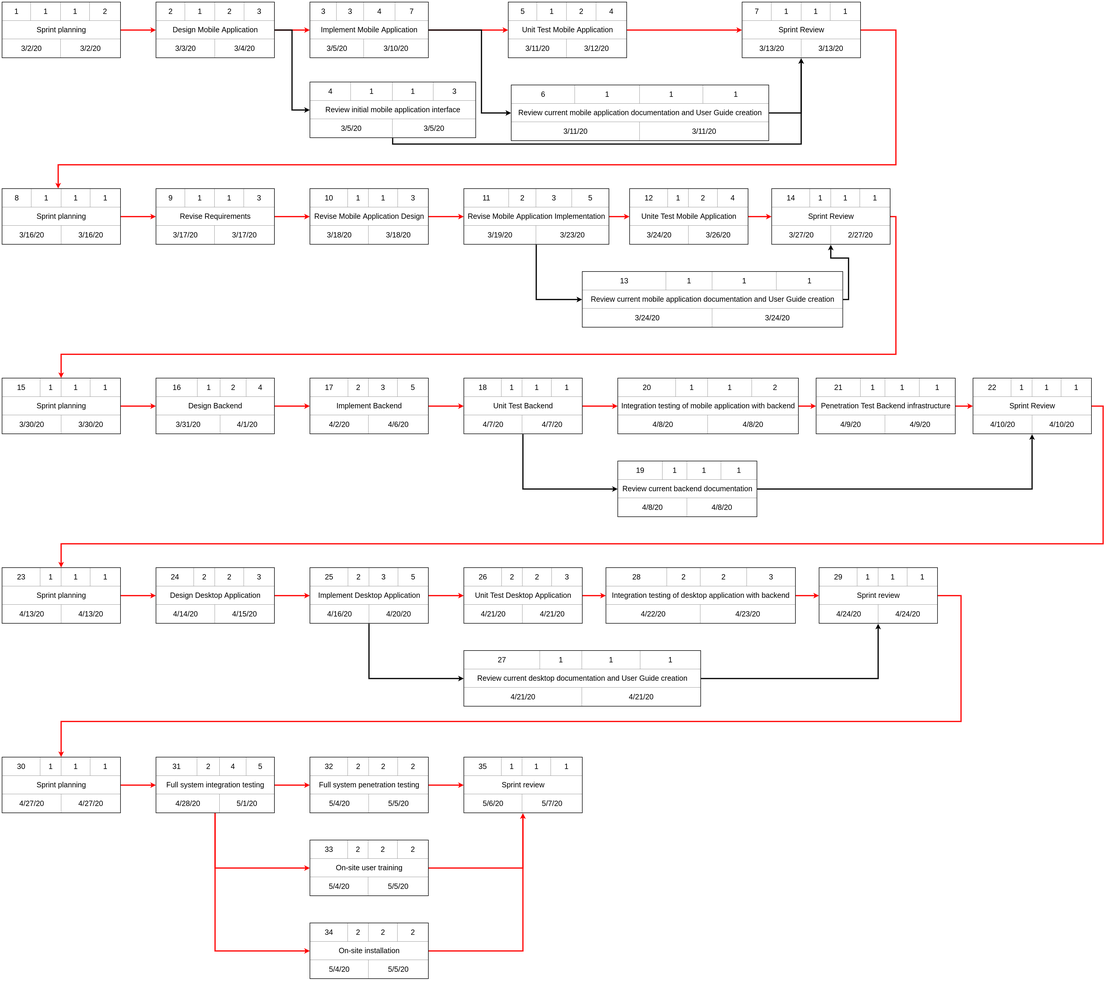
Earlier version of the draw.io export images/Project-plan-Pert-chart.png (Elite-Build-Team/move-around). Source tidied: cells renumbered, new cells last; positions are measured from the earlier drawing's top-left corner, leaving out a move shared by most shapes.
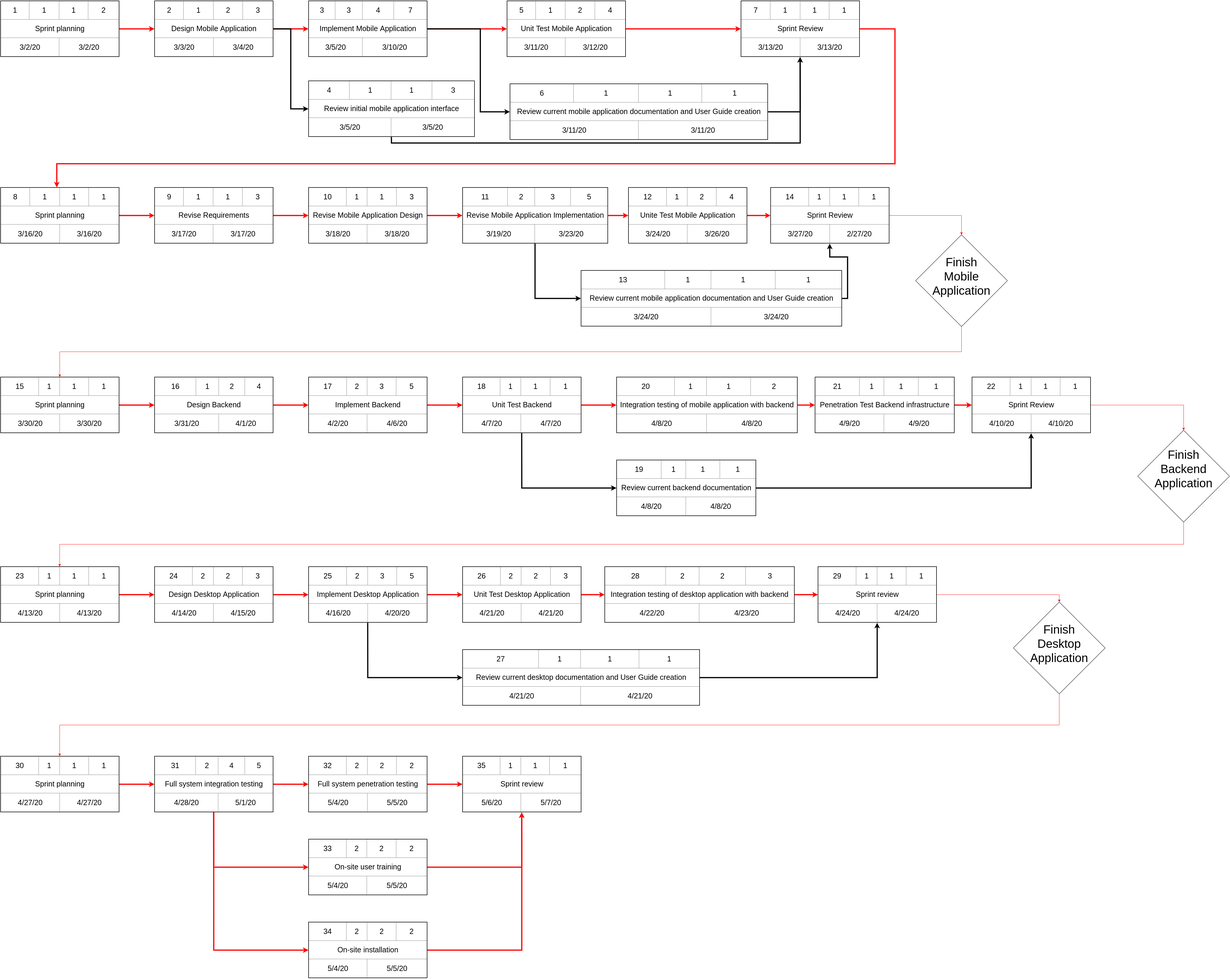
Above is the later version.

Commit message:
Add milestones to Pert-chart of Project-plan

Diff of the diagram source:
```diff
@@ -100,15 +100,9 @@
     <mxCell id="30" value="&lt;table border=&quot;1&quot; width=&quot;100%&quot; style=&quot;width: 100%; height: 100%; border-collapse: collapse; font-size: 25px;&quot;&gt;&lt;tbody style=&quot;font-size: 25px;&quot;&gt;&lt;tr style=&quot;font-size: 25px;&quot;&gt;&lt;td align=&quot;center&quot; style=&quot;font-size: 25px;&quot;&gt;13&lt;/td&gt;&lt;td align=&quot;center&quot; style=&quot;font-size: 25px;&quot;&gt;1&lt;/td&gt;&lt;td align=&quot;center&quot; style=&quot;font-size: 25px;&quot;&gt;1&lt;/td&gt;&lt;td align=&quot;center&quot; style=&quot;font-size: 25px;&quot;&gt;1&lt;/td&gt;&lt;/tr&gt;&lt;tr style=&quot;font-size: 25px;&quot;&gt;&lt;td align=&quot;center&quot; colspan=&quot;4&quot; style=&quot;font-size: 25px;&quot;&gt;Review current mobile application documentation and User Guide creation&lt;/td&gt;&lt;/tr&gt;&lt;tr style=&quot;font-size: 25px;&quot;&gt;&lt;td align=&quot;center&quot; colspan=&quot;2&quot; style=&quot;font-size: 25px;&quot;&gt;3/24/20&lt;/td&gt;&lt;td align=&quot;center&quot; colspan=&quot;2&quot; style=&quot;font-size: 25px;&quot;&gt;3/24/20&lt;/td&gt;&lt;/tr&gt;&lt;/tbody&gt;&lt;/table&gt;" style="text;html=1;strokeColor=none;fillColor=none;overflow=fill;rounded=0;shadow=0;glass=0;align=left;fontSize=25;strokeWidth=4;labelBorderColor=#000000;" parent="1" vertex="1">
       <mxGeometry x="1960" y="910" width="880" height="190" as="geometry" />
     </mxCell>
-    <mxCell id="31" style="edgeStyle=orthogonalEdgeStyle;rounded=0;jettySize=auto;html=1;exitX=1;exitY=0.5;exitDx=0;exitDy=0;strokeColor=#FF0000;fontSize=25;strokeWidth=4;shadow=0;labelBorderColor=#000000;" parent="1" edge="1" source="32" target="34">
-      <mxGeometry relative="1" as="geometry">
-        <Array as="points">
-          <mxPoint x="3020" y="725" />
-          <mxPoint x="3020" y="1190" />
-          <mxPoint x="200" y="1190" />
-        </Array>
-      </mxGeometry>
-    </mxCell>
+    <mxCell id="78" style="edgeStyle=orthogonalEdgeStyle;rounded=0;jettySize=auto;html=1;exitX=1;exitY=0.5;exitDx=0;exitDy=0;entryX=0.5;entryY=0;entryDx=0;entryDy=0;fillColor=#FF0000;strokeColor=#FF0000;" parent="1" edge="1" source="32" target="82">
+      <mxGeometry relative="1" as="geometry" />
+    </mxCell>
     <mxCell id="32" value="&lt;table border=&quot;1&quot; width=&quot;100%&quot; style=&quot;width: 100%; height: 100%; border-collapse: collapse; font-size: 25px;&quot;&gt;&lt;tbody style=&quot;font-size: 25px;&quot;&gt;&lt;tr style=&quot;font-size: 25px;&quot;&gt;&lt;td align=&quot;center&quot; style=&quot;font-size: 25px;&quot;&gt;14&lt;/td&gt;&lt;td align=&quot;center&quot; style=&quot;font-size: 25px;&quot;&gt;1&lt;/td&gt;&lt;td align=&quot;center&quot; style=&quot;font-size: 25px;&quot;&gt;1&lt;/td&gt;&lt;td align=&quot;center&quot; style=&quot;font-size: 25px;&quot;&gt;1&lt;/td&gt;&lt;/tr&gt;&lt;tr style=&quot;font-size: 25px;&quot;&gt;&lt;td align=&quot;center&quot; colspan=&quot;4&quot; style=&quot;font-size: 25px;&quot;&gt;Sprint Review&lt;/td&gt;&lt;/tr&gt;&lt;tr style=&quot;font-size: 25px;&quot;&gt;&lt;td align=&quot;center&quot; colspan=&quot;2&quot; style=&quot;font-size: 25px;&quot;&gt;3/27/20&lt;/td&gt;&lt;td align=&quot;center&quot; colspan=&quot;2&quot; style=&quot;font-size: 25px;&quot;&gt;2/27/20&lt;/td&gt;&lt;/tr&gt;&lt;/tbody&gt;&lt;/table&gt;" style="text;html=1;strokeColor=none;fillColor=none;overflow=fill;rounded=0;shadow=0;glass=0;align=left;fontSize=25;strokeWidth=4;labelBorderColor=#000000;" parent="1" vertex="1">
       <mxGeometry x="2600" y="630" width="400" height="190" as="geometry" />
     </mxCell>
@@ -157,15 +151,9 @@
     <mxCell id="47" value="&lt;table border=&quot;1&quot; width=&quot;100%&quot; style=&quot;width: 100%; height: 100%; border-collapse: collapse; font-size: 25px;&quot;&gt;&lt;tbody style=&quot;font-size: 25px;&quot;&gt;&lt;tr style=&quot;font-size: 25px;&quot;&gt;&lt;td align=&quot;center&quot; style=&quot;font-size: 25px;&quot;&gt;21&lt;/td&gt;&lt;td align=&quot;center&quot; style=&quot;font-size: 25px;&quot;&gt;1&lt;/td&gt;&lt;td align=&quot;center&quot; style=&quot;font-size: 25px;&quot;&gt;1&lt;/td&gt;&lt;td align=&quot;center&quot; style=&quot;font-size: 25px;&quot;&gt;1&lt;/td&gt;&lt;/tr&gt;&lt;tr style=&quot;font-size: 25px;&quot;&gt;&lt;td align=&quot;center&quot; colspan=&quot;4&quot; style=&quot;font-size: 25px;&quot;&gt;Penetration Test Backend infrastructure&lt;/td&gt;&lt;/tr&gt;&lt;tr style=&quot;font-size: 25px;&quot;&gt;&lt;td align=&quot;center&quot; colspan=&quot;2&quot; style=&quot;font-size: 25px;&quot;&gt;4/9/20&lt;/td&gt;&lt;td align=&quot;center&quot; colspan=&quot;2&quot; style=&quot;font-size: 25px;&quot;&gt;4/9/20&lt;/td&gt;&lt;/tr&gt;&lt;/tbody&gt;&lt;/table&gt;" style="text;html=1;strokeColor=none;fillColor=none;overflow=fill;rounded=0;shadow=0;glass=0;align=left;fontSize=25;strokeWidth=4;labelBorderColor=#000000;" parent="1" vertex="1">
       <mxGeometry x="2750" y="1270" width="470" height="190" as="geometry" />
     </mxCell>
-    <mxCell id="48" style="edgeStyle=orthogonalEdgeStyle;rounded=0;jettySize=auto;html=1;exitX=1;exitY=0.5;exitDx=0;exitDy=0;entryX=0.5;entryY=0;entryDx=0;entryDy=0;strokeColor=#FF0000;fontSize=25;strokeWidth=4;shadow=0;labelBorderColor=#000000;" parent="1" edge="1" source="49" target="51">
-      <mxGeometry relative="1" as="geometry">
-        <Array as="points">
-          <mxPoint x="3720" y="1365" />
-          <mxPoint x="3720" y="1830" />
-          <mxPoint x="200" y="1830" />
-        </Array>
-      </mxGeometry>
-    </mxCell>
+    <mxCell id="79" style="edgeStyle=orthogonalEdgeStyle;rounded=0;jettySize=auto;html=1;exitX=1;exitY=0.5;exitDx=0;exitDy=0;entryX=0.5;entryY=0;entryDx=0;entryDy=0;fillColor=#FF0000;strokeColor=#FF0000;" parent="1" edge="1" source="49" target="84">
+      <mxGeometry relative="1" as="geometry" />
+    </mxCell>
     <mxCell id="49" value="&lt;table border=&quot;1&quot; width=&quot;100%&quot; style=&quot;width: 100%; height: 100%; border-collapse: collapse; font-size: 25px;&quot;&gt;&lt;tbody style=&quot;font-size: 25px;&quot;&gt;&lt;tr style=&quot;font-size: 25px;&quot;&gt;&lt;td align=&quot;center&quot; style=&quot;font-size: 25px;&quot;&gt;22&lt;/td&gt;&lt;td align=&quot;center&quot; style=&quot;font-size: 25px;&quot;&gt;1&lt;/td&gt;&lt;td align=&quot;center&quot; style=&quot;font-size: 25px;&quot;&gt;1&lt;/td&gt;&lt;td align=&quot;center&quot; style=&quot;font-size: 25px;&quot;&gt;1&lt;/td&gt;&lt;/tr&gt;&lt;tr style=&quot;font-size: 25px;&quot;&gt;&lt;td align=&quot;center&quot; colspan=&quot;4&quot; style=&quot;font-size: 25px;&quot;&gt;Sprint Review&lt;/td&gt;&lt;/tr&gt;&lt;tr style=&quot;font-size: 25px;&quot;&gt;&lt;td align=&quot;center&quot; colspan=&quot;2&quot; style=&quot;font-size: 25px;&quot;&gt;4/10/20&lt;/td&gt;&lt;td align=&quot;center&quot; colspan=&quot;2&quot; style=&quot;font-size: 25px;&quot;&gt;4/10/20&lt;/td&gt;&lt;/tr&gt;&lt;/tbody&gt;&lt;/table&gt;" style="text;html=1;strokeColor=none;fillColor=none;overflow=fill;rounded=0;shadow=0;glass=0;align=left;fontSize=25;strokeWidth=4;labelBorderColor=#000000;" parent="1" vertex="1">
       <mxGeometry x="3280" y="1270" width="400" height="190" as="geometry" />
     </mxCell>
@@ -208,15 +196,9 @@
     <mxCell id="62" value="&lt;table border=&quot;1&quot; width=&quot;100%&quot; style=&quot;width: 100%; height: 100%; border-collapse: collapse; font-size: 25px;&quot;&gt;&lt;tbody style=&quot;font-size: 25px;&quot;&gt;&lt;tr style=&quot;font-size: 25px;&quot;&gt;&lt;td align=&quot;center&quot; style=&quot;font-size: 25px;&quot;&gt;27&lt;/td&gt;&lt;td align=&quot;center&quot; style=&quot;font-size: 25px;&quot;&gt;1&lt;/td&gt;&lt;td align=&quot;center&quot; style=&quot;font-size: 25px;&quot;&gt;1&lt;/td&gt;&lt;td align=&quot;center&quot; style=&quot;font-size: 25px;&quot;&gt;1&lt;/td&gt;&lt;/tr&gt;&lt;tr style=&quot;font-size: 25px;&quot;&gt;&lt;td align=&quot;center&quot; colspan=&quot;4&quot; style=&quot;font-size: 25px;&quot;&gt;Review current desktop documentation and User Guide creation&lt;/td&gt;&lt;/tr&gt;&lt;tr style=&quot;font-size: 25px;&quot;&gt;&lt;td align=&quot;center&quot; colspan=&quot;2&quot; style=&quot;font-size: 25px;&quot;&gt;4/21/20&lt;/td&gt;&lt;td align=&quot;center&quot; colspan=&quot;2&quot; style=&quot;font-size: 25px;&quot;&gt;4/21/20&lt;/td&gt;&lt;/tr&gt;&lt;/tbody&gt;&lt;/table&gt;" style="text;html=1;strokeColor=none;fillColor=none;overflow=fill;rounded=0;shadow=0;glass=0;align=left;fontSize=25;strokeWidth=4;labelBorderColor=#000000;" parent="1" vertex="1">
       <mxGeometry x="1560" y="2190" width="800" height="190" as="geometry" />
     </mxCell>
-    <mxCell id="63" style="edgeStyle=orthogonalEdgeStyle;rounded=0;jettySize=auto;html=1;exitX=1;exitY=0.5;exitDx=0;exitDy=0;entryX=0.5;entryY=0;entryDx=0;entryDy=0;strokeColor=#FF0000;fontSize=25;strokeWidth=4;shadow=0;labelBorderColor=#000000;" parent="1" edge="1" source="64" target="73">
-      <mxGeometry relative="1" as="geometry">
-        <Array as="points">
-          <mxPoint x="3240" y="2005" />
-          <mxPoint x="3240" y="2430" />
-          <mxPoint x="200" y="2430" />
-        </Array>
-      </mxGeometry>
-    </mxCell>
+    <mxCell id="80" style="edgeStyle=orthogonalEdgeStyle;rounded=0;jettySize=auto;html=1;entryX=0.5;entryY=0;entryDx=0;entryDy=0;fillColor=#FF0000;strokeColor=#FF0000;" parent="1" edge="1" source="64" target="86">
+      <mxGeometry relative="1" as="geometry" />
+    </mxCell>
     <mxCell id="64" value="&lt;table border=&quot;1&quot; width=&quot;100%&quot; style=&quot;width: 100%; height: 100%; border-collapse: collapse; font-size: 25px;&quot;&gt;&lt;tbody style=&quot;font-size: 25px;&quot;&gt;&lt;tr style=&quot;font-size: 25px;&quot;&gt;&lt;td align=&quot;center&quot; style=&quot;font-size: 25px;&quot;&gt;29&lt;/td&gt;&lt;td align=&quot;center&quot; style=&quot;font-size: 25px;&quot;&gt;1&lt;/td&gt;&lt;td align=&quot;center&quot; style=&quot;font-size: 25px;&quot;&gt;1&lt;/td&gt;&lt;td align=&quot;center&quot; style=&quot;font-size: 25px;&quot;&gt;1&lt;/td&gt;&lt;/tr&gt;&lt;tr style=&quot;font-size: 25px;&quot;&gt;&lt;td align=&quot;center&quot; colspan=&quot;4&quot; style=&quot;font-size: 25px;&quot;&gt;Sprint review&lt;/td&gt;&lt;/tr&gt;&lt;tr style=&quot;font-size: 25px;&quot;&gt;&lt;td align=&quot;center&quot; colspan=&quot;2&quot; style=&quot;font-size: 25px;&quot;&gt;4/24/20&lt;/td&gt;&lt;td align=&quot;center&quot; colspan=&quot;2&quot; style=&quot;font-size: 25px;&quot;&gt;4/24/20&lt;/td&gt;&lt;/tr&gt;&lt;/tbody&gt;&lt;/table&gt;" style="text;html=1;strokeColor=none;fillColor=none;overflow=fill;rounded=0;shadow=0;glass=0;align=left;fontSize=25;strokeWidth=4;labelBorderColor=#000000;" parent="1" vertex="1">
       <mxGeometry x="2760" y="1910" width="400" height="190" as="geometry" />
     </mxCell>
@@ -259,5 +241,32 @@
     <mxCell id="77" value="&lt;table border=&quot;1&quot; width=&quot;100%&quot; style=&quot;width: 100%; height: 100%; border-collapse: collapse; font-size: 25px;&quot;&gt;&lt;tbody style=&quot;font-size: 25px;&quot;&gt;&lt;tr style=&quot;font-size: 25px;&quot;&gt;&lt;td align=&quot;center&quot; style=&quot;font-size: 25px;&quot;&gt;33&lt;/td&gt;&lt;td align=&quot;center&quot; style=&quot;font-size: 25px;&quot;&gt;2&lt;/td&gt;&lt;td align=&quot;center&quot; style=&quot;font-size: 25px;&quot;&gt;2&lt;/td&gt;&lt;td align=&quot;center&quot; style=&quot;font-size: 25px;&quot;&gt;2&lt;/td&gt;&lt;/tr&gt;&lt;tr style=&quot;font-size: 25px;&quot;&gt;&lt;td align=&quot;center&quot; colspan=&quot;4&quot; style=&quot;font-size: 25px;&quot;&gt;On-site user training&lt;/td&gt;&lt;/tr&gt;&lt;tr style=&quot;font-size: 25px;&quot;&gt;&lt;td align=&quot;center&quot; colspan=&quot;2&quot; style=&quot;font-size: 25px;&quot;&gt;5/4/20&lt;/td&gt;&lt;td align=&quot;center&quot; colspan=&quot;2&quot; style=&quot;font-size: 25px;&quot;&gt;5/5/20&lt;/td&gt;&lt;/tr&gt;&lt;/tbody&gt;&lt;/table&gt;" style="text;html=1;strokeColor=none;fillColor=none;overflow=fill;rounded=0;shadow=0;glass=0;align=left;fontSize=25;strokeWidth=4;labelBorderColor=#000000;" parent="1" vertex="1">
       <mxGeometry x="1040" y="2830" width="400" height="190" as="geometry" />
     </mxCell>
+    <mxCell id="81" style="edgeStyle=orthogonalEdgeStyle;rounded=0;jettySize=auto;html=1;exitX=0.5;exitY=1;exitDx=0;exitDy=0;fillColor=#FF0000;strokeColor=#FF0000;" parent="1" edge="1" source="82" target="34">
+      <mxGeometry relative="1" as="geometry" />
+    </mxCell>
+    <mxCell id="82" style="rhombus;whiteSpace=wrap;html=1;" parent="1" vertex="1">
+      <mxGeometry x="3090" y="790" width="310" height="310" as="geometry" />
+    </mxCell>
+    <mxCell id="83" style="edgeStyle=orthogonalEdgeStyle;rounded=0;jettySize=auto;html=1;exitX=0.5;exitY=1;exitDx=0;exitDy=0;entryX=0.5;entryY=0;entryDx=0;entryDy=0;fillColor=#FF0000;strokeColor=#FF0000;" parent="1" edge="1" source="84" target="51">
+      <mxGeometry relative="1" as="geometry" />
+    </mxCell>
+    <mxCell id="84" style="rhombus;whiteSpace=wrap;html=1;" parent="1" vertex="1">
+      <mxGeometry x="3840" y="1450" width="310" height="310" as="geometry" />
+    </mxCell>
+    <mxCell id="85" style="edgeStyle=orthogonalEdgeStyle;rounded=0;jettySize=auto;html=1;exitX=0.5;exitY=1;exitDx=0;exitDy=0;entryX=0.5;entryY=0;entryDx=0;entryDy=0;fillColor=#FF0000;strokeColor=#FF0000;" parent="1" edge="1" source="86" target="73">
+      <mxGeometry relative="1" as="geometry" />
+    </mxCell>
+    <mxCell id="86" style="rhombus;whiteSpace=wrap;html=1;" parent="1" vertex="1">
+      <mxGeometry x="3420" y="2030" width="310" height="310" as="geometry" />
+    </mxCell>
+    <mxCell id="87" value="&lt;font style=&quot;font-size: 40px&quot;&gt;Finish Mobile Application&lt;br&gt;&lt;/font&gt;" style="text;html=1;strokeColor=none;fillColor=none;align=center;verticalAlign=middle;whiteSpace=wrap;rounded=0;" parent="1" vertex="1">
+      <mxGeometry x="3225" y="920" width="40" height="20" as="geometry" />
+    </mxCell>
+    <mxCell id="88" value="&lt;font style=&quot;font-size: 40px&quot;&gt;Finish Backend Application&lt;br&gt;&lt;/font&gt;" style="text;html=1;strokeColor=none;fillColor=none;align=center;verticalAlign=middle;whiteSpace=wrap;rounded=0;" parent="1" vertex="1">
+      <mxGeometry x="3975" y="1570" width="40" height="20" as="geometry" />
+    </mxCell>
+    <mxCell id="89" value="&lt;font style=&quot;font-size: 40px&quot;&gt;Finish Desktop Application&lt;br&gt;&lt;/font&gt;" style="text;html=1;strokeColor=none;fillColor=none;align=center;verticalAlign=middle;whiteSpace=wrap;rounded=0;" parent="1" vertex="1">
+      <mxGeometry x="3555" y="2160" width="40" height="20" as="geometry" />
+    </mxCell>
   </root>
 </mxGraphModel>
```
